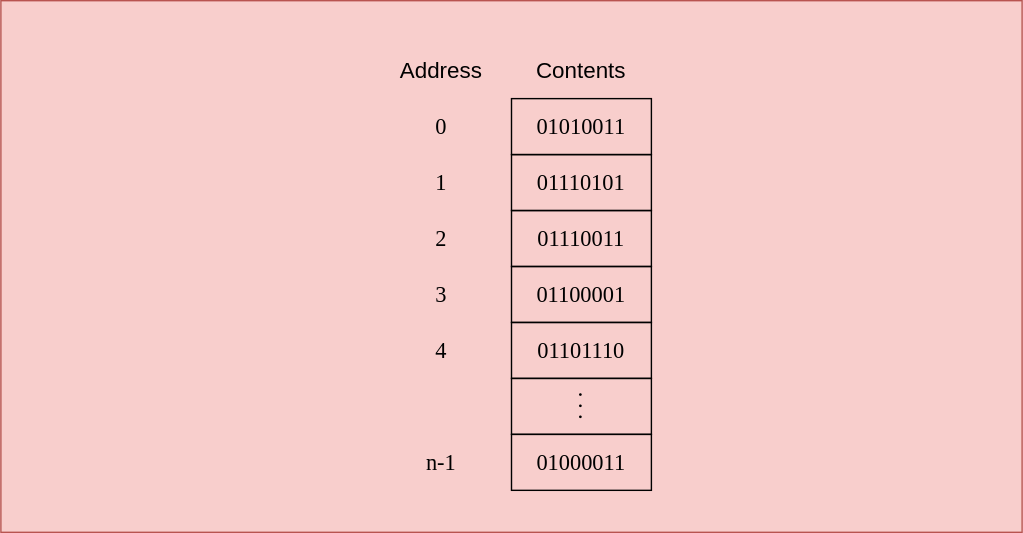
Shadient/Diagrams keeps this draw.io diagram as variable-address.drawio.svg. Above is the earlier version. Source tidied: cells renumbered, new cells last; positions are measured from the earlier drawing's top-left corner, leaving out a move shared by most shapes.
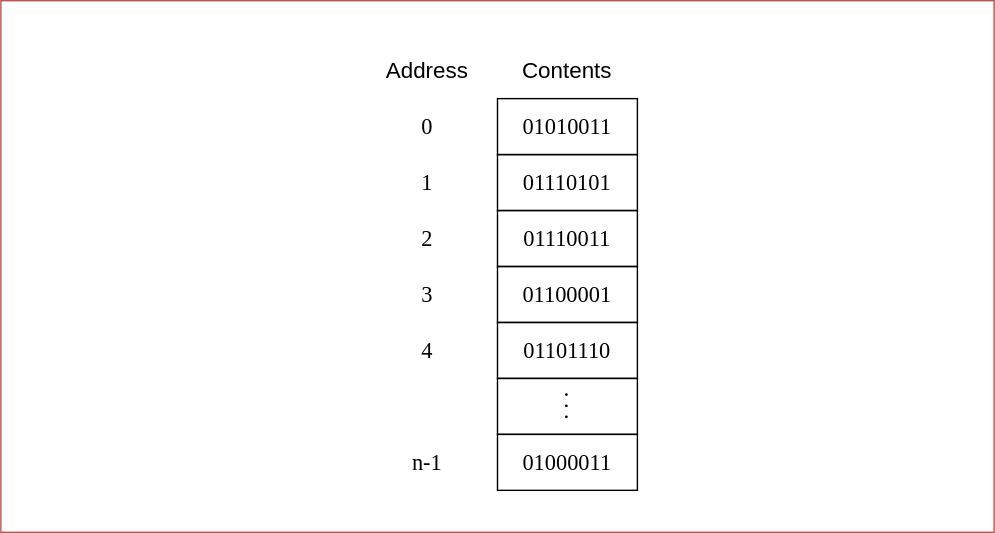
After the commit.

Change to the diagram source:
```diff
@@ -2,8 +2,8 @@
   <root>
     <mxCell id="0" />
     <mxCell id="1" parent="0" />
-    <mxCell id="2" style="rounded=0;whiteSpace=wrap;html=1;strokeColor=#b85450;fillColor=#f8cecc;" parent="1" vertex="1">
-      <mxGeometry width="730" height="380" as="geometry" />
+    <mxCell id="2" style="rounded=0;whiteSpace=wrap;html=1;strokeColor=#b85450;fillColor=none;" parent="1" vertex="1">
+      <mxGeometry x="10" width="710" height="380" as="geometry" />
     </mxCell>
     <mxCell id="3" value="&lt;font style=&quot;font-size: 16px;&quot;&gt;Address&lt;/font&gt;" style="rounded=0;whiteSpace=wrap;html=1;fillColor=none;strokeColor=none;" parent="1" vertex="1">
       <mxGeometry x="265" y="30" width="100" height="40" as="geometry" />
```
